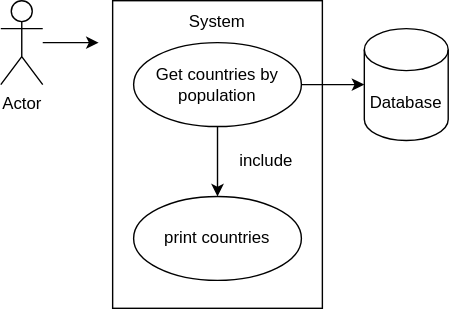
The draw.io diagram use-cases/Organisation System.svg in Dilloid/sem-group-17, before a commit. Source tidied: cells renumbered, new cells last; positions are measured from the earlier drawing's top-left corner, leaving out a move shared by most shapes.
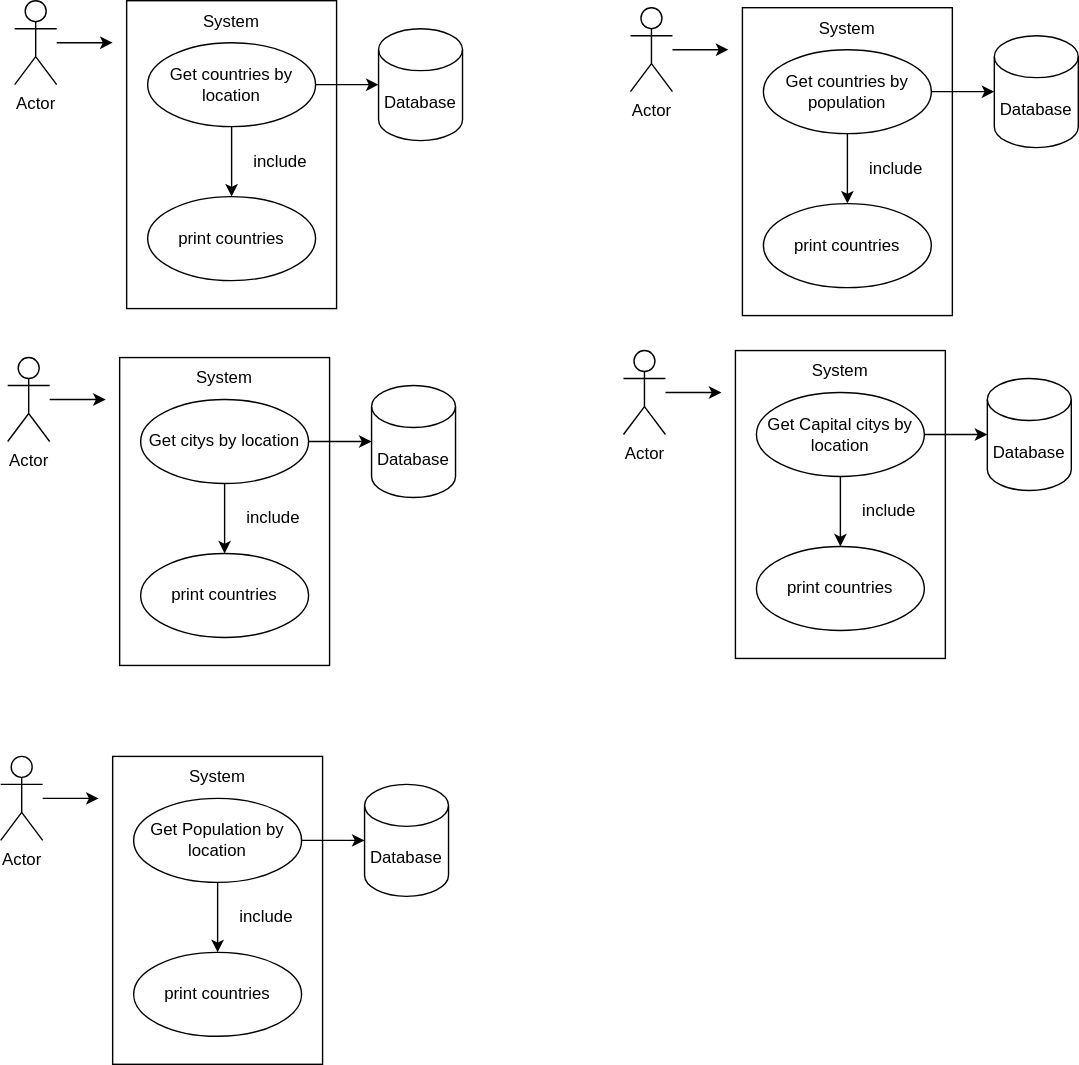
After the commit.

Commit message:
use case 2 in diagram updated and all other groups added to diagram

Diff of the diagram source:
```diff
@@ -22,7 +22,7 @@
     <mxCell id="7" style="edgeStyle=orthogonalEdgeStyle;rounded=0;jettySize=auto;html=1;" parent="1" edge="1" source="8" target="11">
       <mxGeometry relative="1" as="geometry" />
     </mxCell>
-    <mxCell id="8" value="Get countries by population" style="ellipse;whiteSpace=wrap;html=1;" parent="1" vertex="1">
+    <mxCell id="8" value="Get countries by location" style="ellipse;whiteSpace=wrap;html=1;" parent="1" vertex="1">
       <mxGeometry x="95" y="30" width="120" height="60" as="geometry" />
     </mxCell>
     <mxCell id="9" value="print countries" style="ellipse;whiteSpace=wrap;html=1;" parent="1" vertex="1">
@@ -34,5 +34,133 @@
     <mxCell id="11" value="Database" style="shape=cylinder3;whiteSpace=wrap;html=1;boundedLbl=1;backgroundOutline=1;size=15;" parent="1" vertex="1">
       <mxGeometry x="260" y="20" width="60" height="80" as="geometry" />
     </mxCell>
+    <mxCell id="12" style="edgeStyle=orthogonalEdgeStyle;rounded=0;jettySize=auto;html=1;" parent="1" edge="1" source="13">
+      <mxGeometry relative="1" as="geometry">
+        <mxPoint x="510" y="35" as="targetPoint" />
+      </mxGeometry>
+    </mxCell>
+    <mxCell id="13" value="Actor" style="shape=umlActor;verticalLabelPosition=bottom;verticalAlign=top;html=1;outlineConnect=0;" parent="1" vertex="1">
+      <mxGeometry x="440" y="5" width="30" height="60" as="geometry" />
+    </mxCell>
+    <mxCell id="14" style="rounded=0;whiteSpace=wrap;html=1;" parent="1" vertex="1">
+      <mxGeometry x="520" y="5" width="150" height="220" as="geometry" />
+    </mxCell>
+    <mxCell id="15" value="System" style="text;html=1;strokeColor=none;fillColor=none;align=center;verticalAlign=middle;whiteSpace=wrap;rounded=0;" parent="1" vertex="1">
+      <mxGeometry x="520" y="5" width="150" height="30" as="geometry" />
+    </mxCell>
+    <mxCell id="16" style="edgeStyle=orthogonalEdgeStyle;rounded=0;jettySize=auto;html=1;entryX=0.5;entryY=0;entryDx=0;entryDy=0;" parent="1" edge="1" source="18" target="19">
+      <mxGeometry relative="1" as="geometry" />
+    </mxCell>
+    <mxCell id="17" style="edgeStyle=orthogonalEdgeStyle;rounded=0;jettySize=auto;html=1;" parent="1" edge="1" source="18" target="21">
+      <mxGeometry relative="1" as="geometry" />
+    </mxCell>
+    <mxCell id="18" value="Get countries by population" style="ellipse;whiteSpace=wrap;html=1;" parent="1" vertex="1">
+      <mxGeometry x="535" y="35" width="120" height="60" as="geometry" />
+    </mxCell>
+    <mxCell id="19" value="print countries" style="ellipse;whiteSpace=wrap;html=1;" parent="1" vertex="1">
+      <mxGeometry x="535" y="145" width="120" height="60" as="geometry" />
+    </mxCell>
+    <mxCell id="20" value="include" style="text;html=1;strokeColor=none;fillColor=none;align=center;verticalAlign=middle;whiteSpace=wrap;rounded=0;" parent="1" vertex="1">
+      <mxGeometry x="600" y="105" width="60" height="30" as="geometry" />
+    </mxCell>
+    <mxCell id="21" value="Database" style="shape=cylinder3;whiteSpace=wrap;html=1;boundedLbl=1;backgroundOutline=1;size=15;" parent="1" vertex="1">
+      <mxGeometry x="700" y="25" width="60" height="80" as="geometry" />
+    </mxCell>
+    <mxCell id="22" style="edgeStyle=orthogonalEdgeStyle;rounded=0;jettySize=auto;html=1;" parent="1" edge="1" source="23">
+      <mxGeometry relative="1" as="geometry">
+        <mxPoint x="65" y="285" as="targetPoint" />
+      </mxGeometry>
+    </mxCell>
+    <mxCell id="23" value="Actor" style="shape=umlActor;verticalLabelPosition=bottom;verticalAlign=top;html=1;outlineConnect=0;" parent="1" vertex="1">
+      <mxGeometry x="-5" y="255" width="30" height="60" as="geometry" />
+    </mxCell>
+    <mxCell id="24" style="rounded=0;whiteSpace=wrap;html=1;" parent="1" vertex="1">
+      <mxGeometry x="75" y="255" width="150" height="220" as="geometry" />
+    </mxCell>
+    <mxCell id="25" value="System" style="text;html=1;strokeColor=none;fillColor=none;align=center;verticalAlign=middle;whiteSpace=wrap;rounded=0;" parent="1" vertex="1">
+      <mxGeometry x="75" y="255" width="150" height="30" as="geometry" />
+    </mxCell>
+    <mxCell id="26" style="edgeStyle=orthogonalEdgeStyle;rounded=0;jettySize=auto;html=1;entryX=0.5;entryY=0;entryDx=0;entryDy=0;" parent="1" edge="1" source="28" target="29">
+      <mxGeometry relative="1" as="geometry" />
+    </mxCell>
+    <mxCell id="27" style="edgeStyle=orthogonalEdgeStyle;rounded=0;jettySize=auto;html=1;" parent="1" edge="1" source="28" target="31">
+      <mxGeometry relative="1" as="geometry" />
+    </mxCell>
+    <mxCell id="28" value="Get citys by location" style="ellipse;whiteSpace=wrap;html=1;" parent="1" vertex="1">
+      <mxGeometry x="90" y="285" width="120" height="60" as="geometry" />
+    </mxCell>
+    <mxCell id="29" value="print countries" style="ellipse;whiteSpace=wrap;html=1;" parent="1" vertex="1">
+      <mxGeometry x="90" y="395" width="120" height="60" as="geometry" />
+    </mxCell>
+    <mxCell id="30" value="include" style="text;html=1;strokeColor=none;fillColor=none;align=center;verticalAlign=middle;whiteSpace=wrap;rounded=0;" parent="1" vertex="1">
+      <mxGeometry x="155" y="355" width="60" height="30" as="geometry" />
+    </mxCell>
+    <mxCell id="31" value="Database" style="shape=cylinder3;whiteSpace=wrap;html=1;boundedLbl=1;backgroundOutline=1;size=15;" parent="1" vertex="1">
+      <mxGeometry x="255" y="275" width="60" height="80" as="geometry" />
+    </mxCell>
+    <mxCell id="32" style="edgeStyle=orthogonalEdgeStyle;rounded=0;jettySize=auto;html=1;" parent="1" edge="1" source="33">
+      <mxGeometry relative="1" as="geometry">
+        <mxPoint x="505" y="280" as="targetPoint" />
+      </mxGeometry>
+    </mxCell>
+    <mxCell id="33" value="Actor" style="shape=umlActor;verticalLabelPosition=bottom;verticalAlign=top;html=1;outlineConnect=0;" parent="1" vertex="1">
+      <mxGeometry x="435" y="250" width="30" height="60" as="geometry" />
+    </mxCell>
+    <mxCell id="34" style="rounded=0;whiteSpace=wrap;html=1;" parent="1" vertex="1">
+      <mxGeometry x="515" y="250" width="150" height="220" as="geometry" />
+    </mxCell>
+    <mxCell id="35" value="System" style="text;html=1;strokeColor=none;fillColor=none;align=center;verticalAlign=middle;whiteSpace=wrap;rounded=0;" parent="1" vertex="1">
+      <mxGeometry x="515" y="250" width="150" height="30" as="geometry" />
+    </mxCell>
+    <mxCell id="36" style="edgeStyle=orthogonalEdgeStyle;rounded=0;jettySize=auto;html=1;entryX=0.5;entryY=0;entryDx=0;entryDy=0;" parent="1" edge="1" source="38" target="39">
+      <mxGeometry relative="1" as="geometry" />
+    </mxCell>
+    <mxCell id="37" style="edgeStyle=orthogonalEdgeStyle;rounded=0;jettySize=auto;html=1;" parent="1" edge="1" source="38" target="41">
+      <mxGeometry relative="1" as="geometry" />
+    </mxCell>
+    <mxCell id="38" value="Get Capital citys by location" style="ellipse;whiteSpace=wrap;html=1;" parent="1" vertex="1">
+      <mxGeometry x="530" y="280" width="120" height="60" as="geometry" />
+    </mxCell>
+    <mxCell id="39" value="print countries" style="ellipse;whiteSpace=wrap;html=1;" parent="1" vertex="1">
+      <mxGeometry x="530" y="390" width="120" height="60" as="geometry" />
+    </mxCell>
+    <mxCell id="40" value="include" style="text;html=1;strokeColor=none;fillColor=none;align=center;verticalAlign=middle;whiteSpace=wrap;rounded=0;" parent="1" vertex="1">
+      <mxGeometry x="595" y="350" width="60" height="30" as="geometry" />
+    </mxCell>
+    <mxCell id="41" value="Database" style="shape=cylinder3;whiteSpace=wrap;html=1;boundedLbl=1;backgroundOutline=1;size=15;" parent="1" vertex="1">
+      <mxGeometry x="695" y="270" width="60" height="80" as="geometry" />
+    </mxCell>
+    <mxCell id="42" style="edgeStyle=orthogonalEdgeStyle;rounded=0;jettySize=auto;html=1;" parent="1" edge="1" source="43">
+      <mxGeometry relative="1" as="geometry">
+        <mxPoint x="60" y="570" as="targetPoint" />
+      </mxGeometry>
+    </mxCell>
+    <mxCell id="43" value="Actor" style="shape=umlActor;verticalLabelPosition=bottom;verticalAlign=top;html=1;outlineConnect=0;" parent="1" vertex="1">
+      <mxGeometry x="-10" y="540" width="30" height="60" as="geometry" />
+    </mxCell>
+    <mxCell id="44" style="rounded=0;whiteSpace=wrap;html=1;" parent="1" vertex="1">
+      <mxGeometry x="70" y="540" width="150" height="220" as="geometry" />
+    </mxCell>
+    <mxCell id="45" value="System" style="text;html=1;strokeColor=none;fillColor=none;align=center;verticalAlign=middle;whiteSpace=wrap;rounded=0;" parent="1" vertex="1">
+      <mxGeometry x="70" y="540" width="150" height="30" as="geometry" />
+    </mxCell>
+    <mxCell id="46" style="edgeStyle=orthogonalEdgeStyle;rounded=0;jettySize=auto;html=1;entryX=0.5;entryY=0;entryDx=0;entryDy=0;" parent="1" edge="1" source="48" target="49">
+      <mxGeometry relative="1" as="geometry" />
+    </mxCell>
+    <mxCell id="47" style="edgeStyle=orthogonalEdgeStyle;rounded=0;jettySize=auto;html=1;" parent="1" edge="1" source="48" target="51">
+      <mxGeometry relative="1" as="geometry" />
+    </mxCell>
+    <mxCell id="48" value="Get Population by location" style="ellipse;whiteSpace=wrap;html=1;" parent="1" vertex="1">
+      <mxGeometry x="85" y="570" width="120" height="60" as="geometry" />
+    </mxCell>
+    <mxCell id="49" value="print countries" style="ellipse;whiteSpace=wrap;html=1;" parent="1" vertex="1">
+      <mxGeometry x="85" y="680" width="120" height="60" as="geometry" />
+    </mxCell>
+    <mxCell id="50" value="include" style="text;html=1;strokeColor=none;fillColor=none;align=center;verticalAlign=middle;whiteSpace=wrap;rounded=0;" parent="1" vertex="1">
+      <mxGeometry x="150" y="640" width="60" height="30" as="geometry" />
+    </mxCell>
+    <mxCell id="51" value="Database" style="shape=cylinder3;whiteSpace=wrap;html=1;boundedLbl=1;backgroundOutline=1;size=15;" parent="1" vertex="1">
+      <mxGeometry x="250" y="560" width="60" height="80" as="geometry" />
+    </mxCell>
   </root>
 </mxGraphModel>
```
